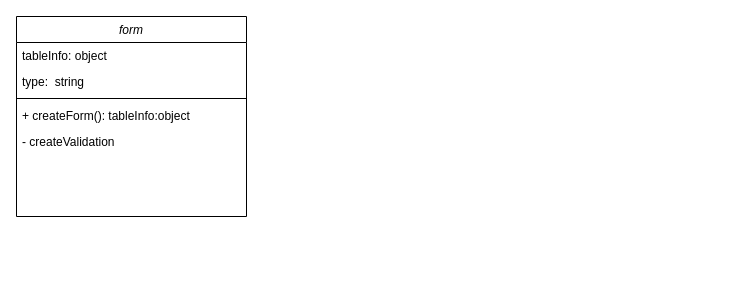
This is Study/Untitled Diagram.drawio from shinminchang/MyPlayground, a draw.io file, before an edit. Source tidied: cells renumbered, new cells numbered last; positions are measured from the earlier drawing's top-left corner, leaving out a move shared by most shapes. Both pictures are drawn from the tidied source at 100%, with x=0, y=0 at pixel (16, 16).
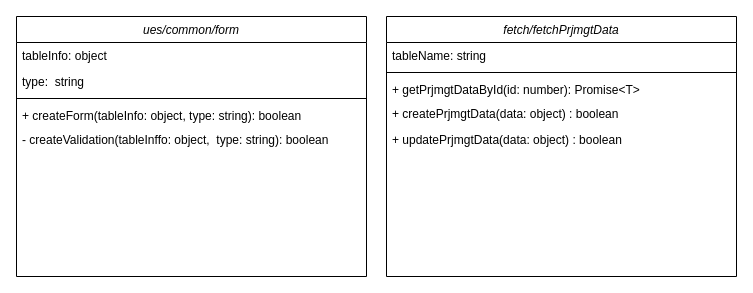
The same page after the edit.

Diff of the diagram source:
```diff
@@
 <mxGraphModel>
   <root>
     <mxCell id="0" />
     <mxCell id="1" parent="0" />
-    <mxCell id="2" value="form" style="swimlane;fontStyle=2;align=center;verticalAlign=top;horizontal=1;startSize=26;rounded=0;shadow=0;strokeWidth=1;" parent="1" vertex="1">
-      <mxGeometry width="230" height="200" as="geometry" />
+    <mxCell id="2" value="ues/common/form" style="swimlane;fontStyle=2;align=center;verticalAlign=top;horizontal=1;startSize=26;rounded=0;shadow=0;strokeWidth=1;" parent="1" vertex="1">
+      <mxGeometry width="350" height="260" as="geometry" />
     </mxCell>
     <mxCell id="3" value="tableInfo: object" style="text;align=left;verticalAlign=top;spacingLeft=4;spacingRight=4;overflow=hidden;" parent="2" vertex="1">
-      <mxGeometry y="26" width="230" height="26" as="geometry" />
+      <mxGeometry y="26" width="350" height="26" as="geometry" />
     </mxCell>
     <mxCell id="4" value="type:  string" style="text;align=left;verticalAlign=top;spacingLeft=4;spacingRight=4;overflow=hidden;" parent="2" vertex="1">
-      <mxGeometry y="52" width="230" height="26" as="geometry" />
+      <mxGeometry y="52" width="350" height="26" as="geometry" />
     </mxCell>
     <mxCell id="5" style="line;html=1;strokeWidth=1;align=left;verticalAlign=middle;spacingTop=-1;spacingLeft=3;spacingRight=3;labelPosition=right;" parent="2" vertex="1">
-      <mxGeometry y="78" width="230" height="8" as="geometry" />
+      <mxGeometry y="78" width="350" height="8" as="geometry" />
     </mxCell>
-    <mxCell id="6" value="+ createForm(): tableInfo:object " style="text;align=left;verticalAlign=top;spacingLeft=4;spacingRight=4;overflow=hidden;" parent="2" vertex="1">
-      <mxGeometry y="86" width="230" height="26" as="geometry" />
+    <mxCell id="6" value="+ createForm(tableInfo: object, type: string): boolean" style="text;align=left;verticalAlign=top;spacingLeft=4;spacingRight=4;overflow=hidden;" parent="2" vertex="1">
+      <mxGeometry y="86" width="350" height="24" as="geometry" />
     </mxCell>
-    <mxCell id="7" value="- createValidation" style="text;align=left;verticalAlign=top;spacingLeft=4;spacingRight=4;overflow=hidden;" parent="2" vertex="1">
-      <mxGeometry y="112" width="230" height="26" as="geometry" />
+    <mxCell id="7" value="- createValidation(tableInffo: object,  type: string): boolean" style="text;align=left;verticalAlign=top;spacingLeft=4;spacingRight=4;overflow=hidden;" parent="2" vertex="1">
+      <mxGeometry y="110" width="350" height="26" as="geometry" />
     </mxCell>
+    <mxCell id="8" value="fetch/fetchPrjmgtData" style="swimlane;fontStyle=2;align=center;verticalAlign=top;horizontal=1;startSize=26;rounded=0;shadow=0;strokeWidth=1;" parent="1" vertex="1">
+      <mxGeometry x="370" width="350" height="260" as="geometry" />
+    </mxCell>
+    <mxCell id="9" value="tableName: string" style="text;align=left;verticalAlign=top;spacingLeft=4;spacingRight=4;overflow=hidden;" parent="8" vertex="1">
+      <mxGeometry y="26" width="350" height="26" as="geometry" />
+    </mxCell>
+    <mxCell id="10" style="line;html=1;strokeWidth=1;align=left;verticalAlign=middle;spacingTop=-1;spacingLeft=3;spacingRight=3;labelPosition=right;" parent="8" vertex="1">
+      <mxGeometry y="52" width="350" height="8" as="geometry" />
+    </mxCell>
+    <mxCell id="11" value="+ getPrjmgtDataById(id: number): Promise&lt;T&gt; " style="text;align=left;verticalAlign=top;spacingLeft=4;spacingRight=4;overflow=hidden;" parent="8" vertex="1">
+      <mxGeometry y="60" width="350" height="24" as="geometry" />
+    </mxCell>
+    <mxCell id="12" value="+ createPrjmgtData(data: object) : boolean" style="text;align=left;verticalAlign=top;spacingLeft=4;spacingRight=4;overflow=hidden;" parent="8" vertex="1">
+      <mxGeometry y="84" width="350" height="26" as="geometry" />
+    </mxCell>
+    <mxCell id="13" value="+ updatePrjmgtData(data: object) : boolean" style="text;align=left;verticalAlign=top;spacingLeft=4;spacingRight=4;overflow=hidden;" parent="8" vertex="1">
+      <mxGeometry y="110" width="350" height="26" as="geometry" />
+    </mxCell>
   </root>
 </mxGraphModel>
```
